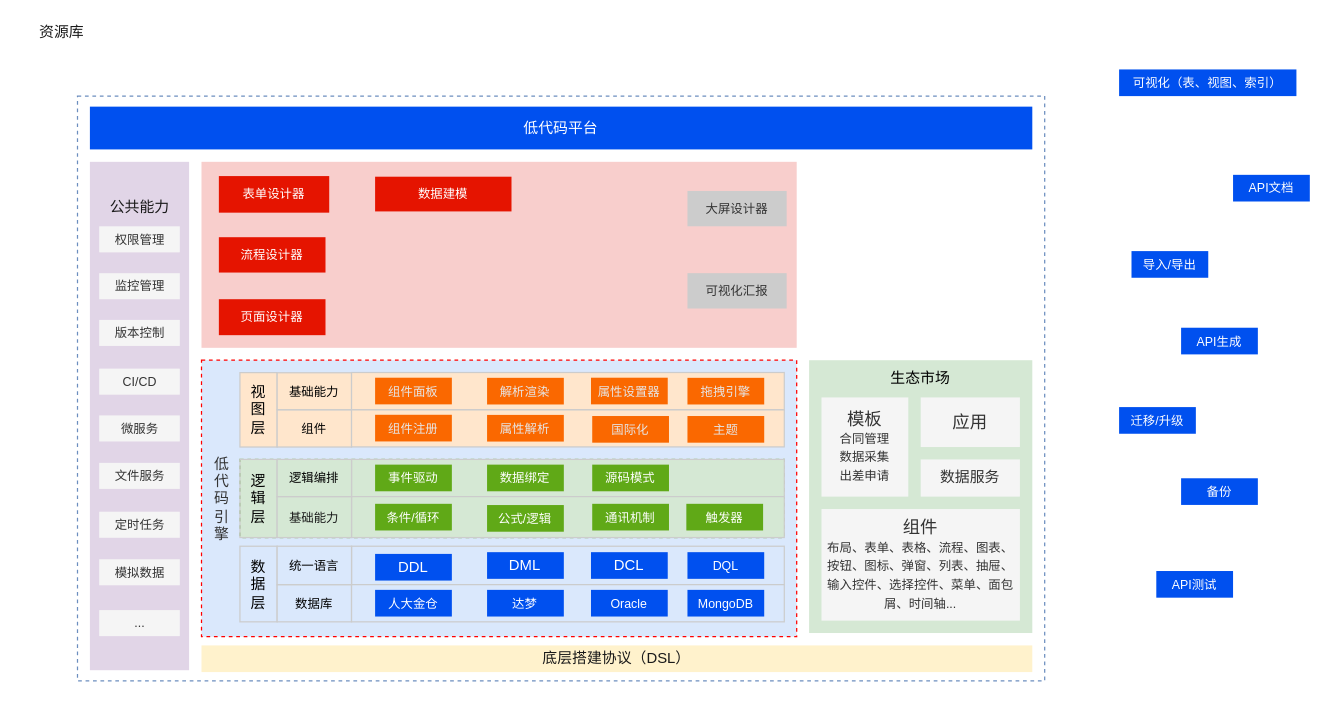
This is 低代码—泳道图—研究内容.drawio from tangyaosimida/love, a draw.io file, before an edit. Source tidied: cells renumbered, new cells numbered last; positions are measured from the earlier drawing's top-left corner, leaving out a move shared by most shapes. Both pictures are drawn from the tidied source at 124%, with x=0, y=0 at pixel (21, 21).
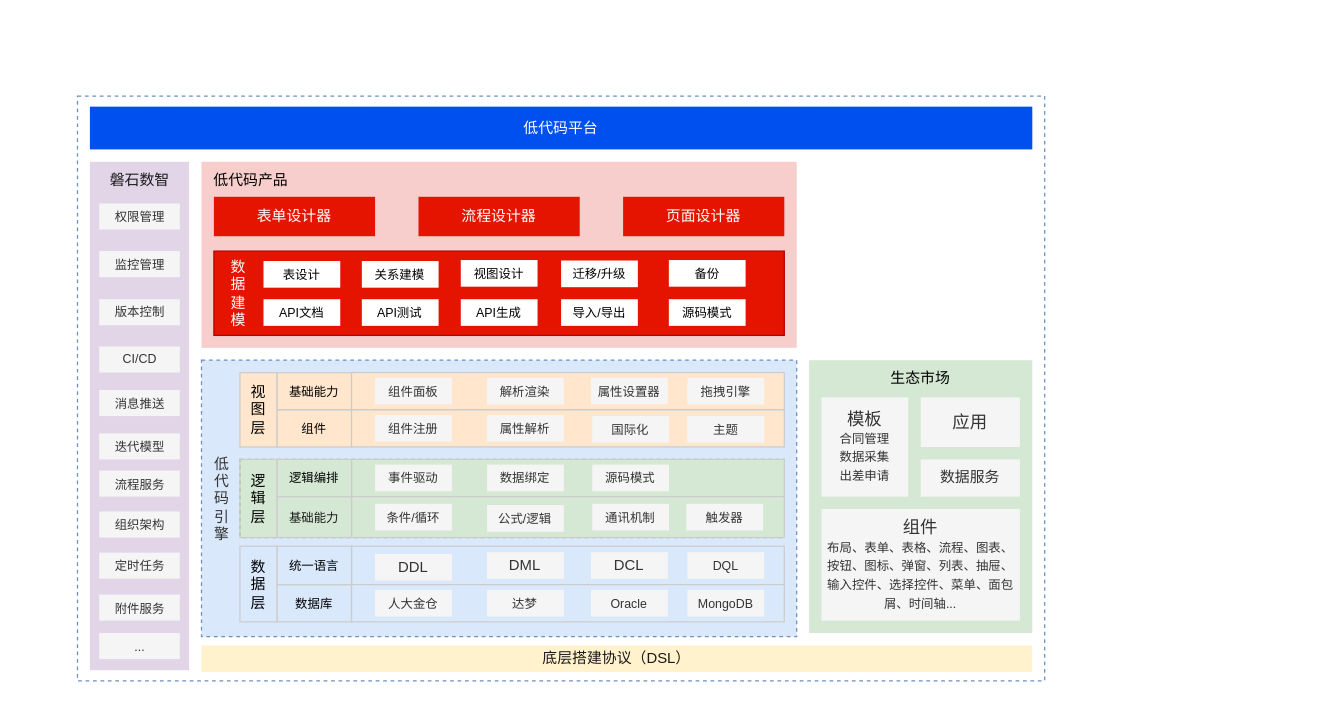
After the change.

Commit message (it also covers changes not shown here):
更新低代码—泳道图—研究内容.drawio

The edit, as a diff of the source:
```diff
@@
-    <mxCell id="3" style="rounded=0;whiteSpace=wrap;html=1;fillColor=#dae8fc;strokeColor=#FF0000;dashed=1;strokeWidth=1;" parent="1" vertex="1">
+    <mxCell id="3" style="rounded=0;whiteSpace=wrap;html=1;fillColor=#dae8fc;strokeColor=#6c8ebf;dashed=1;strokeWidth=1;" parent="1" vertex="1">
       <mxGeometry x="145" y="273" width="480" height="223" as="geometry" />
     </mxCell>
@@
-    <mxCell id="8" value="大屏设计器" style="rounded=0;whiteSpace=wrap;html=1;fillColor=#CCCCCC;fontColor=#333333;strokeColor=none;fontSize=10;" parent="1" vertex="1">
-      <mxGeometry x="536.9" y="136.5" width="80" height="28.5" as="geometry" />
-    </mxCell>
-    <mxCell id="9" value="公共能力" style="text;html=1;align=center;verticalAlign=middle;whiteSpace=wrap;rounded=0;fontColor=#1A1A1A;" parent="1" vertex="1">
-      <mxGeometry x="62.5" y="141.2" width="65" height="18.5" as="geometry" />
+    <mxCell id="9" value="磐石数智" style="text;html=1;align=center;verticalAlign=middle;whiteSpace=wrap;rounded=0;fontColor=#1A1A1A;" parent="1" vertex="1">
+      <mxGeometry x="62.5" y="118.8" width="65" height="18.5" as="geometry" />
     </mxCell>
@@
-    <mxCell id="11" value="数据建模" style="rounded=0;whiteSpace=wrap;html=1;fillColor=#e51400;fontColor=#ffffff;strokeColor=none;fontSize=10;" parent="1" vertex="1">
-      <mxGeometry x="285" y="125" width="110" height="28" as="geometry" />
-    </mxCell>
-    <mxCell id="12" value="可视化汇报" style="rounded=0;whiteSpace=wrap;html=1;fillColor=#CCCCCC;fontColor=#333333;strokeColor=none;fontSize=10;" parent="1" vertex="1">
-      <mxGeometry x="536.9" y="202.8" width="80" height="28.5" as="geometry" />
-    </mxCell>
-    <mxCell id="13" value="表单设计器" style="rounded=0;whiteSpace=wrap;html=1;fillColor=#e51400;fontColor=#ffffff;strokeColor=none;fontSize=10;" parent="1" vertex="1">
-      <mxGeometry x="159" y="124.5" width="89" height="29.5" as="geometry" />
-    </mxCell>
-    <mxCell id="14" value="流程设计器" style="rounded=0;whiteSpace=wrap;html=1;fillColor=#e51400;fontColor=#ffffff;strokeColor=none;fontSize=10;" parent="1" vertex="1">
-      <mxGeometry x="159" y="173.8" width="86" height="28.5" as="geometry" />
-    </mxCell>
-    <mxCell id="15" value="页面设计器" style="rounded=0;whiteSpace=wrap;html=1;fillColor=#e51400;fontColor=#ffffff;strokeColor=none;fontSize=10;" parent="1" vertex="1">
-      <mxGeometry x="159" y="223.8" width="86" height="29" as="geometry" />
-    </mxCell>
@@
     <mxCell id="17" value="权限管理" style="rounded=0;whiteSpace=wrap;html=1;strokeColor=none;fillColor=#f5f5f5;fontColor=#333333;fontSize=10;" parent="1" vertex="1">
-      <mxGeometry x="62.5" y="165" width="65" height="21" as="geometry" />
+      <mxGeometry x="62.5" y="146.6" width="65" height="21" as="geometry" />
     </mxCell>
     <mxCell id="18" value="监控管理" style="rounded=0;whiteSpace=wrap;html=1;strokeColor=none;fillColor=#f5f5f5;fontColor=#333333;fontSize=10;" parent="1" vertex="1">
-      <mxGeometry x="62.5" y="202.8" width="65" height="21" as="geometry" />
+      <mxGeometry x="62.5" y="185" width="65" height="21" as="geometry" />
     </mxCell>
     <mxCell id="19" value="版本控制" style="rounded=0;whiteSpace=wrap;html=1;strokeColor=none;fillColor=#f5f5f5;fontColor=#333333;fontSize=10;" parent="1" vertex="1">
-      <mxGeometry x="62.5" y="240.5" width="65" height="21" as="geometry" />
+      <mxGeometry x="62.5" y="223.8" width="65" height="21" as="geometry" />
     </mxCell>
     <mxCell id="20" value="CI/CD" style="rounded=0;whiteSpace=wrap;html=1;strokeColor=none;fillColor=#f5f5f5;fontColor=#333333;fontSize=10;" parent="1" vertex="1">
-      <mxGeometry x="62.5" y="279.8" width="65" height="21" as="geometry" />
+      <mxGeometry x="62.5" y="261.9" width="65" height="21" as="geometry" />
     </mxCell>
-    <mxCell id="21" value="微服务" style="rounded=0;whiteSpace=wrap;html=1;strokeColor=none;fillColor=#f5f5f5;fontColor=#333333;fontSize=10;" parent="1" vertex="1">
-      <mxGeometry x="62.5" y="317.5" width="65" height="21" as="geometry" />
+    <mxCell id="21" value="消息推送" style="rounded=0;whiteSpace=wrap;html=1;strokeColor=none;fillColor=#f5f5f5;fontColor=#333333;fontSize=10;" parent="1" vertex="1">
+      <mxGeometry x="62.5" y="297" width="65" height="21" as="geometry" />
     </mxCell>
-    <mxCell id="22" value="文件服务" style="rounded=0;whiteSpace=wrap;html=1;strokeColor=none;fillColor=#f5f5f5;fontColor=#333333;fontSize=10;" parent="1" vertex="1">
-      <mxGeometry x="62.5" y="355.8" width="65" height="21" as="geometry" />
+    <mxCell id="22" value="流程服务" style="rounded=0;whiteSpace=wrap;html=1;strokeColor=none;fillColor=#f5f5f5;fontColor=#333333;fontSize=10;" parent="1" vertex="1">
+      <mxGeometry x="62.5" y="362" width="65" height="21" as="geometry" />
     </mxCell>
     <mxCell id="23" value="定时任务" style="rounded=0;whiteSpace=wrap;html=1;strokeColor=none;fillColor=#f5f5f5;fontColor=#333333;fontSize=10;" parent="1" vertex="1">
-      <mxGeometry x="62.5" y="395.2" width="65" height="21" as="geometry" />
+      <mxGeometry x="62.5" y="428.2" width="65" height="21" as="geometry" />
     </mxCell>
-    <mxCell id="24" value="模拟数据" style="rounded=0;whiteSpace=wrap;html=1;strokeColor=none;fillColor=#f5f5f5;fontColor=#333333;fontSize=10;" parent="1" vertex="1">
-      <mxGeometry x="62.5" y="433.5" width="65" height="21" as="geometry" />
+    <mxCell id="24" value="附件服务" style="rounded=0;whiteSpace=wrap;html=1;strokeColor=none;fillColor=#f5f5f5;fontColor=#333333;fontSize=10;" parent="1" vertex="1">
+      <mxGeometry x="62.5" y="462" width="65" height="21" as="geometry" />
     </mxCell>
     <mxCell id="25" value="..." style="rounded=0;whiteSpace=wrap;html=1;strokeColor=none;fillColor=#f5f5f5;fontColor=#333333;fontSize=10;" parent="1" vertex="1">
-      <mxGeometry x="62.5" y="474.5" width="65" height="21" as="geometry" />
+      <mxGeometry x="62.5" y="493" width="65" height="21" as="geometry" />
     </mxCell>
@@
-    <mxCell id="31" value="人大金仓" style="rounded=0;whiteSpace=wrap;html=1;fillColor=#0050ef;fontColor=#ffffff;strokeColor=none;fontSize=10;" parent="1" vertex="1">
+    <mxCell id="31" value="人大金仓" style="rounded=0;whiteSpace=wrap;html=1;fillColor=#f5f5f5;fontColor=#333333;strokeColor=none;fontSize=10;" parent="1" vertex="1">
       <mxGeometry x="285" y="458.2" width="61.9" height="21.5" as="geometry" />
     </mxCell>
-    <mxCell id="32" value="达梦" style="rounded=0;whiteSpace=wrap;html=1;fillColor=#0050ef;fontColor=#ffffff;strokeColor=none;fontSize=10;" parent="1" vertex="1">
+    <mxCell id="32" value="达梦" style="rounded=0;whiteSpace=wrap;html=1;fillColor=#f5f5f5;fontColor=#333333;strokeColor=none;fontSize=10;" parent="1" vertex="1">
       <mxGeometry x="375.3" y="458.2" width="61.9" height="21.5" as="geometry" />
     </mxCell>
-    <mxCell id="33" value="Oracle" style="rounded=0;whiteSpace=wrap;html=1;fillColor=#0050ef;fontColor=#ffffff;strokeColor=none;fontSize=10;" parent="1" vertex="1">
+    <mxCell id="33" value="Oracle" style="rounded=0;whiteSpace=wrap;html=1;fillColor=#f5f5f5;fontColor=#333333;strokeColor=none;fontSize=10;" parent="1" vertex="1">
       <mxGeometry x="459.1" y="458.2" width="61.9" height="21.5" as="geometry" />
     </mxCell>
-    <mxCell id="34" value="MongoDB" style="rounded=0;whiteSpace=wrap;html=1;fillColor=#0050ef;fontColor=#ffffff;strokeColor=none;fontSize=10;" parent="1" vertex="1">
+    <mxCell id="34" value="MongoDB" style="rounded=0;whiteSpace=wrap;html=1;fillColor=#f5f5f5;fontColor=#333333;strokeColor=none;fontSize=10;" parent="1" vertex="1">
       <mxGeometry x="536.9" y="458.2" width="61.9" height="21.5" as="geometry" />
     </mxCell>
-    <mxCell id="35" value="DDL" style="rounded=0;whiteSpace=wrap;html=1;fillColor=#0050ef;fontColor=#ffffff;strokeColor=none;" parent="1" vertex="1">
+    <mxCell id="35" value="DDL" style="rounded=0;whiteSpace=wrap;html=1;fillColor=#f5f5f5;fontColor=#333333;strokeColor=none;" parent="1" vertex="1">
       <mxGeometry x="285" y="429.2" width="61.9" height="21.5" as="geometry" />
     </mxCell>
-    <mxCell id="36" value="DML" style="rounded=0;whiteSpace=wrap;html=1;fillColor=#0050ef;fontColor=#ffffff;strokeColor=none;" parent="1" vertex="1">
+    <mxCell id="36" value="DML" style="rounded=0;whiteSpace=wrap;html=1;fillColor=#f5f5f5;fontColor=#333333;strokeColor=none;" parent="1" vertex="1">
       <mxGeometry x="375.3" y="427.8" width="61.9" height="21.5" as="geometry" />
     </mxCell>
-    <mxCell id="37" value="DCL" style="rounded=0;whiteSpace=wrap;html=1;fillColor=#0050ef;fontColor=#ffffff;strokeColor=none;" parent="1" vertex="1">
+    <mxCell id="37" value="DCL" style="rounded=0;whiteSpace=wrap;html=1;fillColor=#f5f5f5;fontColor=#333333;strokeColor=none;" parent="1" vertex="1">
       <mxGeometry x="459.1" y="427.8" width="61.9" height="21.5" as="geometry" />
     </mxCell>
-    <mxCell id="38" value="DQL" style="rounded=0;whiteSpace=wrap;html=1;fillColor=#0050ef;fontColor=#ffffff;strokeColor=none;fontSize=10;" parent="1" vertex="1">
+    <mxCell id="38" value="DQL" style="rounded=0;whiteSpace=wrap;html=1;fillColor=#f5f5f5;fontColor=#333333;strokeColor=none;fontSize=10;" parent="1" vertex="1">
       <mxGeometry x="536.9" y="427.8" width="61.9" height="21.5" as="geometry" />
     </mxCell>
-    <mxCell id="39" value="&lt;font style=&quot;font-size: 10px;&quot;&gt;可视化（表、视图、索引）&lt;/font&gt;" style="rounded=0;whiteSpace=wrap;html=1;fillColor=#0050ef;fontColor=#ffffff;strokeColor=none;fontSize=10;" parent="1" vertex="1">
-      <mxGeometry x="885" y="38.5" width="143" height="21.5" as="geometry" />
-    </mxCell>
-    <mxCell id="40" value="导入/导出" style="rounded=0;whiteSpace=wrap;html=1;fillColor=#0050ef;fontColor=#ffffff;strokeColor=none;fontSize=10;" parent="1" vertex="1">
-      <mxGeometry x="895" y="185" width="61.9" height="21.5" as="geometry" />
-    </mxCell>
-    <mxCell id="41" value="迁移/升级" style="rounded=0;whiteSpace=wrap;html=1;fillColor=#0050ef;fontColor=#ffffff;strokeColor=none;fontSize=10;" parent="1" vertex="1">
-      <mxGeometry x="885" y="310.8" width="61.9" height="21.5" as="geometry" />
-    </mxCell>
-    <mxCell id="42" value="备份" style="rounded=0;whiteSpace=wrap;html=1;fillColor=#0050ef;fontColor=#ffffff;strokeColor=none;fontSize=10;" parent="1" vertex="1">
-      <mxGeometry x="935" y="368.2" width="61.9" height="21.5" as="geometry" />
-    </mxCell>
-    <mxCell id="43" value="API生成" style="rounded=0;whiteSpace=wrap;html=1;fillColor=#0050ef;fontColor=#ffffff;strokeColor=none;fontSize=10;" parent="1" vertex="1">
-      <mxGeometry x="935" y="246.8" width="61.9" height="21.5" as="geometry" />
-    </mxCell>
-    <mxCell id="44" value="API测试" style="rounded=0;whiteSpace=wrap;html=1;fillColor=#0050ef;fontColor=#ffffff;strokeColor=none;fontSize=10;" parent="1" vertex="1">
-      <mxGeometry x="915" y="443" width="61.9" height="21.5" as="geometry" />
-    </mxCell>
-    <mxCell id="45" value="API文档" style="rounded=0;whiteSpace=wrap;html=1;fillColor=#0050ef;fontColor=#ffffff;strokeColor=none;fontSize=10;" parent="1" vertex="1">
-      <mxGeometry x="976.9" y="123.5" width="61.9" height="21.5" as="geometry" />
-    </mxCell>
@@
-    <mxCell id="51" value="条件/循环" style="rounded=0;whiteSpace=wrap;html=1;fillColor=#60a917;fontColor=#ffffff;strokeColor=none;fontSize=10;" parent="1" vertex="1">
+    <mxCell id="51" value="条件/循环" style="rounded=0;whiteSpace=wrap;html=1;fillColor=#f5f5f5;fontColor=#333333;strokeColor=none;fontSize=10;" parent="1" vertex="1">
       <mxGeometry x="285" y="388.8" width="61.9" height="21.5" as="geometry" />
     </mxCell>
-    <mxCell id="52" value="公式/逻辑" style="rounded=0;whiteSpace=wrap;html=1;fillColor=#60a917;fontColor=#ffffff;strokeColor=none;fontSize=10;" parent="1" vertex="1">
+    <mxCell id="52" value="公式/逻辑" style="rounded=0;whiteSpace=wrap;html=1;fillColor=#f5f5f5;fontColor=#333333;strokeColor=none;fontSize=10;" parent="1" vertex="1">
       <mxGeometry x="375.3" y="389.8" width="61.9" height="21.5" as="geometry" />
     </mxCell>
-    <mxCell id="53" value="触发器" style="rounded=0;whiteSpace=wrap;html=1;fillColor=#60a917;fontColor=#ffffff;strokeColor=none;fontSize=10;" parent="1" vertex="1">
+    <mxCell id="53" value="触发器" style="rounded=0;whiteSpace=wrap;html=1;fillColor=#f5f5f5;fontColor=#333333;strokeColor=none;fontSize=10;" parent="1" vertex="1">
       <mxGeometry x="536" y="388.8" width="61.9" height="21.5" as="geometry" />
     </mxCell>
-    <mxCell id="54" value="通讯机制" style="rounded=0;whiteSpace=wrap;html=1;fillColor=#60a917;fontColor=#ffffff;strokeColor=none;fontSize=10;" parent="1" vertex="1">
+    <mxCell id="54" value="通讯机制" style="rounded=0;whiteSpace=wrap;html=1;fillColor=#f5f5f5;fontColor=#333333;strokeColor=none;fontSize=10;" parent="1" vertex="1">
       <mxGeometry x="460.1" y="388.8" width="61.9" height="21.5" as="geometry" />
     </mxCell>
-    <mxCell id="55" value="事件驱动" style="rounded=0;whiteSpace=wrap;html=1;fillColor=#60a917;fontColor=#ffffff;strokeColor=none;fontSize=10;" parent="1" vertex="1">
+    <mxCell id="55" value="事件驱动" style="rounded=0;whiteSpace=wrap;html=1;fillColor=#f5f5f5;fontColor=#333333;strokeColor=none;fontSize=10;" parent="1" vertex="1">
       <mxGeometry x="285" y="357.2" width="61.9" height="21.5" as="geometry" />
     </mxCell>
-    <mxCell id="56" value="数据绑定" style="rounded=0;whiteSpace=wrap;html=1;fillColor=#60a917;fontColor=#ffffff;strokeColor=none;fontSize=10;" parent="1" vertex="1">
+    <mxCell id="56" value="数据绑定" style="rounded=0;whiteSpace=wrap;html=1;fillColor=#f5f5f5;fontColor=#333333;strokeColor=none;fontSize=10;" parent="1" vertex="1">
       <mxGeometry x="375.3" y="357.2" width="61.9" height="21.5" as="geometry" />
     </mxCell>
-    <mxCell id="57" value="源码模式" style="rounded=0;whiteSpace=wrap;html=1;fillColor=#60a917;fontColor=#ffffff;strokeColor=none;fontSize=10;" parent="1" vertex="1">
+    <mxCell id="57" value="源码模式" style="rounded=0;whiteSpace=wrap;html=1;fillColor=#f5f5f5;fontColor=#333333;strokeColor=none;fontSize=10;" parent="1" vertex="1">
       <mxGeometry x="460.1" y="357.2" width="61.9" height="21.5" as="geometry" />
     </mxCell>
@@
-    <mxCell id="63" value="组件注册" style="rounded=0;whiteSpace=wrap;html=1;fillColor=#fa6800;strokeColor=none;fontColor=#E6E6E6;fontSize=10;" parent="1" vertex="1">
+    <mxCell id="63" value="组件注册" style="rounded=0;whiteSpace=wrap;html=1;fillColor=#f5f5f5;strokeColor=none;fontColor=#333333;fontSize=10;" parent="1" vertex="1">
       <mxGeometry x="285" y="317" width="61.9" height="21.5" as="geometry" />
     </mxCell>
-    <mxCell id="64" value="属性解析" style="rounded=0;whiteSpace=wrap;html=1;fillColor=#fa6800;strokeColor=none;fontColor=#E6E6E6;fontSize=10;" parent="1" vertex="1">
+    <mxCell id="64" value="属性解析" style="rounded=0;whiteSpace=wrap;html=1;fillColor=#f5f5f5;strokeColor=none;fontColor=#333333;fontSize=10;" parent="1" vertex="1">
       <mxGeometry x="375.3" y="317.1" width="61.9" height="21.5" as="geometry" />
     </mxCell>
-    <mxCell id="65" value="国际化" style="rounded=0;whiteSpace=wrap;html=1;fillColor=#fa6800;strokeColor=none;fontColor=#E6E6E6;fontSize=10;" parent="1" vertex="1">
+    <mxCell id="65" value="国际化" style="rounded=0;whiteSpace=wrap;html=1;fillColor=#f5f5f5;strokeColor=none;fontColor=#333333;fontSize=10;" parent="1" vertex="1">
       <mxGeometry x="460.1" y="318" width="61.9" height="21.5" as="geometry" />
     </mxCell>
-    <mxCell id="66" value="主题" style="rounded=0;whiteSpace=wrap;html=1;fillColor=#fa6800;strokeColor=none;fontColor=#E6E6E6;fontSize=10;" parent="1" vertex="1">
+    <mxCell id="66" value="主题" style="rounded=0;whiteSpace=wrap;html=1;fillColor=#f5f5f5;strokeColor=none;fontColor=#333333;fontSize=10;" parent="1" vertex="1">
       <mxGeometry x="536.9" y="318" width="61.9" height="21.5" as="geometry" />
     </mxCell>
-    <mxCell id="67" value="&lt;font style=&quot;font-size: 10px;&quot;&gt;组件面板&lt;/font&gt;" style="rounded=0;whiteSpace=wrap;html=1;fillColor=#fa6800;strokeColor=none;fontColor=#E6E6E6;fontSize=10;" parent="1" vertex="1">
+    <mxCell id="67" value="&lt;font style=&quot;font-size: 10px;&quot;&gt;组件面板&lt;/font&gt;" style="rounded=0;whiteSpace=wrap;html=1;fillColor=#f5f5f5;strokeColor=none;fontColor=#333333;fontSize=10;" parent="1" vertex="1">
       <mxGeometry x="285" y="287.1" width="61.9" height="21.5" as="geometry" />
     </mxCell>
-    <mxCell id="68" value="解析渲染" style="rounded=0;whiteSpace=wrap;html=1;fillColor=#fa6800;strokeColor=none;fontColor=#E6E6E6;fontSize=10;" parent="1" vertex="1">
+    <mxCell id="68" value="解析渲染" style="rounded=0;whiteSpace=wrap;html=1;fillColor=#f5f5f5;strokeColor=none;fontColor=#333333;fontSize=10;" parent="1" vertex="1">
       <mxGeometry x="375.3" y="287.2" width="61.9" height="21.5" as="geometry" />
     </mxCell>
-    <mxCell id="69" value="属性设置器" style="rounded=0;whiteSpace=wrap;html=1;fillColor=#fa6800;strokeColor=none;fontColor=#E6E6E6;fontSize=10;" parent="1" vertex="1">
+    <mxCell id="69" value="属性设置器" style="rounded=0;whiteSpace=wrap;html=1;fillColor=#f5f5f5;strokeColor=none;fontColor=#333333;fontSize=10;" parent="1" vertex="1">
       <mxGeometry x="459.1" y="287.1" width="61.9" height="21.5" as="geometry" />
     </mxCell>
-    <mxCell id="70" value="拖拽引擎" style="rounded=0;whiteSpace=wrap;html=1;fillColor=#fa6800;strokeColor=none;fontColor=#E6E6E6;fontSize=10;" parent="1" vertex="1">
+    <mxCell id="70" value="拖拽引擎" style="rounded=0;whiteSpace=wrap;html=1;fillColor=#f5f5f5;strokeColor=none;fontColor=#333333;fontSize=10;" parent="1" vertex="1">
       <mxGeometry x="536.9" y="287.2" width="61.9" height="21.5" as="geometry" />
     </mxCell>
-    <mxCell id="71" value="资源库" style="text;html=1;align=center;verticalAlign=middle;whiteSpace=wrap;rounded=0;fontColor=#1A1A1A;" parent="1" vertex="1">
-      <mxGeometry width="65" height="18.5" as="geometry" />
-    </mxCell>
@@
+    <mxCell id="78" value="低代码产品" style="text;html=1;align=center;verticalAlign=middle;whiteSpace=wrap;rounded=0;" parent="1" vertex="1">
+      <mxGeometry x="145" y="113" width="80" height="30" as="geometry" />
+    </mxCell>
+    <mxCell id="13" value="表单设计器" style="rounded=0;whiteSpace=wrap;html=1;fillColor=#e51400;fontColor=#ffffff;strokeColor=none;" parent="1" vertex="1">
+      <mxGeometry x="155" y="141.2" width="130" height="31.8" as="geometry" />
+    </mxCell>
+    <mxCell id="14" value="流程设计器" style="rounded=0;whiteSpace=wrap;html=1;fillColor=#e51400;fontColor=#ffffff;strokeColor=none;" parent="1" vertex="1">
+      <mxGeometry x="320" y="141.2" width="130" height="31.8" as="geometry" />
+    </mxCell>
+    <mxCell id="15" value="页面设计器" style="rounded=0;whiteSpace=wrap;html=1;fillColor=#e51400;fontColor=#ffffff;strokeColor=none;" parent="1" vertex="1">
+      <mxGeometry x="485" y="141.2" width="130" height="31.8" as="geometry" />
+    </mxCell>
+    <mxCell id="79" style="rounded=0;whiteSpace=wrap;html=1;fillColor=#e51400;strokeColor=#B20000;fontColor=#ffffff;" parent="1" vertex="1">
+      <mxGeometry x="155" y="185" width="460" height="68" as="geometry" />
+    </mxCell>
+    <mxCell id="80" value="&lt;font color=&quot;#ffffff&quot;&gt;数&lt;/font&gt;&lt;div&gt;&lt;font color=&quot;#ffffff&quot;&gt;据&lt;/font&gt;&lt;/div&gt;&lt;div&gt;&lt;font color=&quot;#ffffff&quot;&gt;建&lt;/font&gt;&lt;/div&gt;&lt;div&gt;&lt;font color=&quot;#ffffff&quot;&gt;模&lt;/font&gt;&lt;/div&gt;" style="text;html=1;align=center;verticalAlign=middle;whiteSpace=wrap;rounded=0;" parent="1" vertex="1">
+      <mxGeometry x="155" y="185" width="40" height="67" as="geometry" />
+    </mxCell>
+    <mxCell id="40" value="导入/导出" style="rounded=0;whiteSpace=wrap;html=1;fontSize=10;strokeColor=none;" parent="1" vertex="1">
+      <mxGeometry x="435" y="223.8" width="61.9" height="21.5" as="geometry" />
+    </mxCell>
+    <mxCell id="41" value="迁移/升级" style="rounded=0;whiteSpace=wrap;html=1;fontSize=10;strokeColor=none;" parent="1" vertex="1">
+      <mxGeometry x="435" y="192.6" width="61.9" height="21.5" as="geometry" />
+    </mxCell>
+    <mxCell id="42" value="备份" style="rounded=0;whiteSpace=wrap;html=1;fontSize=10;strokeColor=none;" parent="1" vertex="1">
+      <mxGeometry x="521.9" y="192.2" width="61.9" height="21.5" as="geometry" />
+    </mxCell>
+    <mxCell id="43" value="API生成" style="rounded=0;whiteSpace=wrap;html=1;fontSize=10;strokeColor=none;" parent="1" vertex="1">
+      <mxGeometry x="354.1" y="223.8" width="61.9" height="21.5" as="geometry" />
+    </mxCell>
+    <mxCell id="44" value="API测试" style="rounded=0;whiteSpace=wrap;html=1;fontSize=10;strokeColor=none;" parent="1" vertex="1">
+      <mxGeometry x="274.3" y="223.8" width="61.9" height="21.5" as="geometry" />
+    </mxCell>
+    <mxCell id="45" value="API文档" style="rounded=0;whiteSpace=wrap;html=1;fontSize=10;strokeColor=none;" parent="1" vertex="1">
+      <mxGeometry x="195" y="223.8" width="61.9" height="21.5" as="geometry" />
+    </mxCell>
+    <mxCell id="81" value="视图设计" style="rounded=0;whiteSpace=wrap;html=1;fontSize=10;strokeColor=none;" parent="1" vertex="1">
+      <mxGeometry x="354.1" y="192.2" width="61.9" height="21.5" as="geometry" />
+    </mxCell>
+    <mxCell id="82" value="源码模式" style="rounded=0;whiteSpace=wrap;html=1;fontSize=10;strokeColor=none;" parent="1" vertex="1">
+      <mxGeometry x="521.9" y="223.8" width="61.9" height="21.5" as="geometry" />
+    </mxCell>
+    <mxCell id="83" value="表设计" style="rounded=0;whiteSpace=wrap;html=1;fontSize=10;strokeColor=none;" parent="1" vertex="1">
+      <mxGeometry x="195" y="193" width="61.9" height="21.5" as="geometry" />
+    </mxCell>
+    <mxCell id="84" value="关系建模" style="rounded=0;whiteSpace=wrap;html=1;fontSize=10;strokeColor=none;" parent="1" vertex="1">
+      <mxGeometry x="274.3" y="193" width="61.9" height="21.5" as="geometry" />
+    </mxCell>
+    <mxCell id="85" value="迭代模型" style="rounded=0;whiteSpace=wrap;html=1;strokeColor=none;fillColor=#f5f5f5;fontColor=#333333;fontSize=10;" parent="1" vertex="1">
+      <mxGeometry x="62.5" y="332" width="65" height="21" as="geometry" />
+    </mxCell>
+    <mxCell id="86" value="组织架构" style="rounded=0;whiteSpace=wrap;html=1;strokeColor=none;fillColor=#f5f5f5;fontColor=#333333;fontSize=10;" parent="1" vertex="1">
+      <mxGeometry x="62.5" y="395" width="65" height="21" as="geometry" />
+    </mxCell>
```
